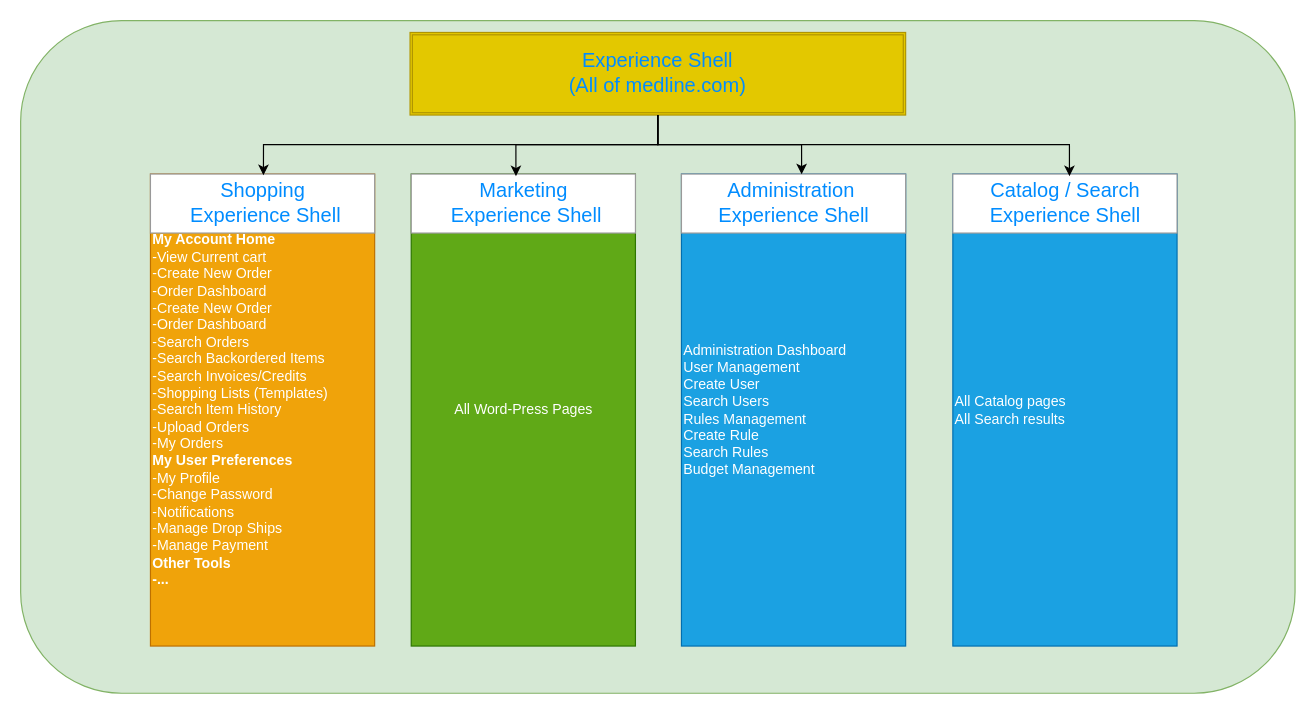
This is page "Page-1" (1 of 2) of Shell Application Layout.drawio from neio100/orange, a draw.io file, before an edit. Source tidied: cells renumbered, new cells numbered last; positions are measured from the earlier drawing's top-left corner, leaving out a move shared by most shapes. Both pictures are drawn from the tidied source at 118%, with x=0, y=0 at pixel (20, 20).
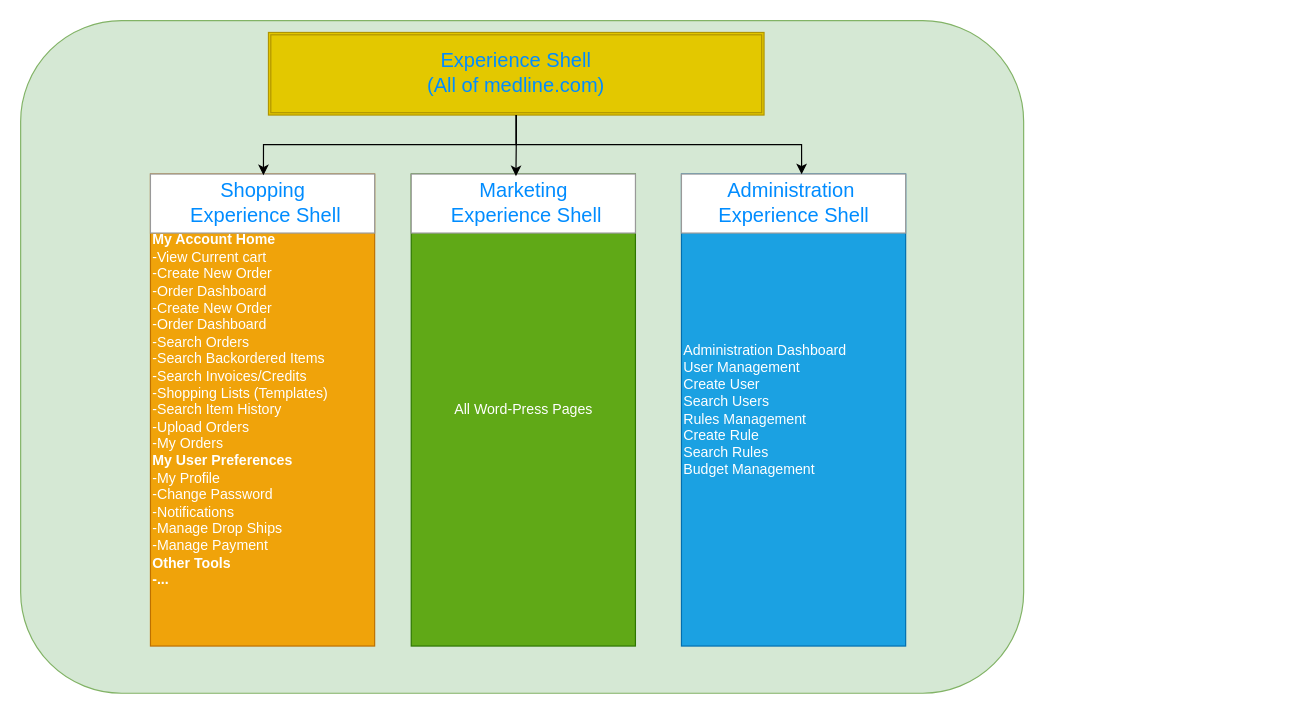
Above is the later version.

What changed in the source:
```diff
@@
 <mxGraphModel>
   <root>
     <mxCell id="0" />
     <mxCell id="1" parent="0" />
     <mxCell id="2" style="rounded=1;whiteSpace=wrap;html=1;fillColor=#d5e8d4;strokeColor=#82b366;" parent="1" vertex="1">
-      <mxGeometry width="1080" height="570" as="geometry" />
+      <mxGeometry width="850" height="570" as="geometry" />
     </mxCell>
     <mxCell id="3" value="&lt;font style=&quot;font-size: 17px&quot; color=&quot;#008cff&quot;&gt;Experience Shell&lt;br&gt;(All of medline.com)&lt;/font&gt;" style="shape=ext;double=1;rounded=0;whiteSpace=wrap;html=1;fillColor=#e3c800;strokeColor=#B09500;fontColor=#000000;" parent="1" vertex="1">
-      <mxGeometry x="330" y="10" width="420" height="70" as="geometry" />
+      <mxGeometry x="210" y="10" width="420" height="70" as="geometry" />
     </mxCell>
     <mxCell id="4" value="&lt;font color=&quot;#ffffff&quot;&gt;&lt;b&gt;My Account Home&lt;/b&gt;&lt;br&gt;&lt;span&gt; &lt;/span&gt;-View Current cart&lt;br&gt;&lt;span&gt; &lt;/span&gt;-Create New Order&lt;br&gt;&lt;span&gt; &lt;/span&gt;-Order Dashboard&lt;br&gt;&lt;span&gt; &lt;/span&gt;-&lt;span&gt;Create New Order&lt;/span&gt;&lt;/font&gt;&lt;div&gt;&lt;font color=&quot;#ffffff&quot;&gt;-Order Dashboard&lt;/font&gt;&lt;/div&gt;&lt;div&gt;&lt;font color=&quot;#ffffff&quot;&gt;-Search Orders&lt;/font&gt;&lt;/div&gt;&lt;div&gt;&lt;font color=&quot;#ffffff&quot;&gt;-Search Backordered Items&lt;/font&gt;&lt;/div&gt;&lt;div&gt;&lt;font color=&quot;#ffffff&quot;&gt;-Search Invoices/Credits&lt;/font&gt;&lt;/div&gt;&lt;div&gt;&lt;font color=&quot;#ffffff&quot;&gt;-Shopping Lists (Templates)&lt;/font&gt;&lt;/div&gt;&lt;div&gt;&lt;font color=&quot;#ffffff&quot;&gt;-Search Item History&lt;/font&gt;&lt;/div&gt;&lt;div&gt;&lt;font color=&quot;#ffffff&quot;&gt;-Upload Orders&lt;/font&gt;&lt;/div&gt;&lt;font color=&quot;#ffffff&quot;&gt;-My Orders&lt;br&gt;&lt;b&gt;My User Preferences&lt;br&gt;&lt;/b&gt;&lt;/font&gt;&lt;div&gt;&lt;font color=&quot;#ffffff&quot;&gt;-My Profile&lt;/font&gt;&lt;/div&gt;&lt;div&gt;&lt;font color=&quot;#ffffff&quot;&gt;-Change Password&lt;/font&gt;&lt;/div&gt;&lt;div&gt;&lt;font color=&quot;#ffffff&quot;&gt;-Notifications&lt;/font&gt;&lt;/div&gt;&lt;div&gt;&lt;font color=&quot;#ffffff&quot;&gt;-Manage Drop Ships&lt;/font&gt;&lt;/div&gt;&lt;div&gt;&lt;font color=&quot;#ffffff&quot;&gt;-Manage Payment&lt;/font&gt;&lt;/div&gt;&lt;b&gt;&lt;font color=&quot;#ffffff&quot;&gt;Other Tools&lt;br&gt;-...&lt;/font&gt;&lt;br&gt;&lt;/b&gt;" style="strokeWidth=1;shadow=0;dashed=0;align=left;html=1;shape=mxgraph.mockup.forms.rrect;rSize=0;fillColor=#f0a30a;strokeColor=#BD7000;fontColor=#000000;" parent="1" vertex="1">
       <mxGeometry x="110" y="130" width="190" height="400" as="geometry" />
     </mxCell>
     <mxCell id="5" value="Shopping&lt;br&gt;&amp;nbsp;Experience Shell" style="strokeWidth=1;shadow=0;dashed=0;align=center;html=1;shape=mxgraph.mockup.forms.rrect;rSize=0;strokeColor=#999999;fontColor=#008cff;fontSize=17;fillColor=#ffffff;" parent="4" vertex="1">
       <mxGeometry width="190" height="50" relative="1" as="geometry" />
     </mxCell>
     <mxCell id="6" value="All Word-Press Pages&lt;br&gt;" style="strokeWidth=1;shadow=0;dashed=0;align=center;html=1;shape=mxgraph.mockup.forms.rrect;rSize=0;fillColor=#60a917;strokeColor=#2D7600;fontColor=#ffffff;" parent="1" vertex="1">
       <mxGeometry x="331" y="130" width="190" height="400" as="geometry" />
     </mxCell>
     <mxCell id="7" value="Marketing&lt;br&gt;&amp;nbsp;Experience Shell" style="strokeWidth=1;shadow=0;dashed=0;align=center;html=1;shape=mxgraph.mockup.forms.rrect;rSize=0;strokeColor=#999999;fontColor=#008cff;fontSize=17;fillColor=#ffffff;" parent="6" vertex="1">
       <mxGeometry width="190" height="50" relative="1" as="geometry" />
     </mxCell>
     <mxCell id="8" value="&lt;div style=&quot;text-align: justify&quot;&gt;Administration Dashboard&lt;/div&gt;&lt;div style=&quot;text-align: justify&quot;&gt;User Management&lt;/div&gt;&lt;div style=&quot;text-align: justify&quot;&gt;Create User&lt;/div&gt;&lt;div style=&quot;text-align: justify&quot;&gt;Search Users&lt;/div&gt;&lt;div style=&quot;text-align: justify&quot;&gt;Rules Management&lt;/div&gt;&lt;div style=&quot;text-align: justify&quot;&gt;Create Rule&lt;/div&gt;&lt;div style=&quot;text-align: justify&quot;&gt;Search Rules&lt;/div&gt;&lt;div style=&quot;text-align: justify&quot;&gt;Budget Management&lt;/div&gt;" style="strokeWidth=1;shadow=0;dashed=0;align=left;html=1;shape=mxgraph.mockup.forms.rrect;rSize=0;fillColor=#1ba1e2;fontColor=#ffffff;strokeColor=#006EAF;" parent="1" vertex="1">
       <mxGeometry x="560" y="130" width="190" height="400" as="geometry" />
     </mxCell>
     <mxCell id="9" value="Administration&amp;nbsp;&lt;br&gt;Experience Shell" style="strokeWidth=1;shadow=0;dashed=0;align=center;html=1;shape=mxgraph.mockup.forms.rrect;rSize=0;strokeColor=#999999;fontColor=#008cff;fontSize=17;fillColor=#ffffff;" parent="8" vertex="1">
       <mxGeometry width="190" height="50" relative="1" as="geometry" />
     </mxCell>
     <mxCell id="10" style="edgeStyle=orthogonalEdgeStyle;rounded=0;jettySize=auto;html=1;entryX=0.536;entryY=0.004;entryDx=0;entryDy=0;entryPerimeter=0;exitX=0.5;exitY=1;exitDx=0;exitDy=0;" parent="1" edge="1" source="3" target="9">
       <mxGeometry relative="1" as="geometry" />
     </mxCell>
     <mxCell id="11" style="edgeStyle=orthogonalEdgeStyle;rounded=0;jettySize=auto;html=1;entryX=0.467;entryY=0.036;entryDx=0;entryDy=0;entryPerimeter=0;exitX=0.5;exitY=1;exitDx=0;exitDy=0;" parent="1" edge="1" source="3" target="7">
       <mxGeometry relative="1" as="geometry" />
     </mxCell>
     <mxCell id="12" style="edgeStyle=orthogonalEdgeStyle;rounded=0;jettySize=auto;html=1;exitX=0.5;exitY=1;exitDx=0;exitDy=0;entryX=0.504;entryY=0.02;entryDx=0;entryDy=0;entryPerimeter=0;" parent="1" edge="1" source="3" target="5">
       <mxGeometry relative="1" as="geometry" />
     </mxCell>
-    <mxCell id="13" value="&lt;div style=&quot;text-align: justify&quot;&gt;All Catalog pages&lt;/div&gt;&lt;div style=&quot;text-align: justify&quot;&gt;All Search results&lt;/div&gt;" style="strokeWidth=1;shadow=0;dashed=0;align=left;html=1;shape=mxgraph.mockup.forms.rrect;rSize=0;fillColor=#1ba1e2;fontColor=#ffffff;strokeColor=#006EAF;" parent="1" vertex="1">
-      <mxGeometry x="790" y="130" width="190" height="400" as="geometry" />
-    </mxCell>
-    <mxCell id="14" value="Catalog / Search&lt;br&gt;Experience Shell" style="strokeWidth=1;shadow=0;dashed=0;align=center;html=1;shape=mxgraph.mockup.forms.rrect;rSize=0;strokeColor=#999999;fontColor=#008cff;fontSize=17;fillColor=#ffffff;" parent="13" vertex="1">
-      <mxGeometry width="190" height="50" relative="1" as="geometry" />
-    </mxCell>
-    <mxCell id="15" style="edgeStyle=orthogonalEdgeStyle;rounded=0;jettySize=auto;html=1;entryX=0.52;entryY=0.036;entryDx=0;entryDy=0;entryPerimeter=0;exitX=0.5;exitY=1;exitDx=0;exitDy=0;" parent="1" edge="1" source="3" target="14">
-      <mxGeometry relative="1" as="geometry" />
-    </mxCell>
   </root>
 </mxGraphModel>
```
